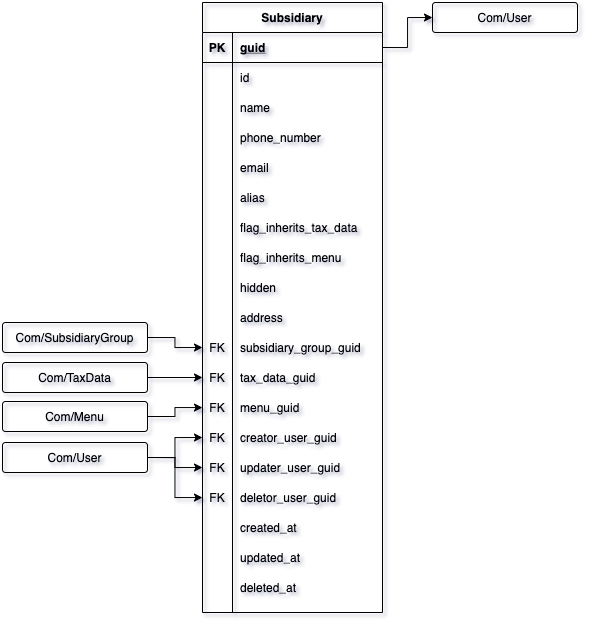
The draw.io diagram basedata/entities/images/ComSubsidiaryTable.png in 4uRest/documentation, before a commit. Source tidied: cells renumbered, new cells last; positions are measured from the earlier drawing's top-left corner, leaving out a move shared by most shapes. The source it was exported from:
```xml
<mxGraphModel>
  <root>
    <mxCell id="0" />
    <mxCell id="1" parent="0" />
    <mxCell id="2" value="Subsidiary" style="shape=table;startSize=30;rowLines=0;fontStyle=1;align=center;fillColor=none;" parent="1" vertex="1">
      <mxGeometry x="200" width="180" height="610" as="geometry" />
    </mxCell>
    <mxCell id="3" style="shape=partialRectangle;fillColor=none;top=0;left=0;bottom=1;right=0;points=[[0,0.5],[1,0.5]];portConstraint=eastwest;" parent="2" vertex="1">
      <mxGeometry y="30" width="180" height="30" as="geometry" />
    </mxCell>
    <mxCell id="4" value="PK" style="shape=partialRectangle;fillColor=none;top=0;left=0;bottom=0;right=0;fontStyle=1;overflow=hidden;" parent="3" vertex="1">
      <mxGeometry width="30" height="30" as="geometry" />
    </mxCell>
    <mxCell id="5" value="guid" style="shape=partialRectangle;fillColor=none;top=0;left=0;bottom=0;right=0;align=left;spacingLeft=6;fontStyle=5;overflow=hidden;" parent="3" vertex="1">
      <mxGeometry x="30" width="150" height="30" as="geometry" />
    </mxCell>
    <mxCell id="6" style="shape=partialRectangle;fillColor=none;top=0;left=0;bottom=0;right=0;" parent="2" vertex="1">
      <mxGeometry y="60" width="180" height="30" as="geometry" />
    </mxCell>
    <mxCell id="7" style="shape=partialRectangle;fillColor=none;top=0;left=0;bottom=0;right=0;overflow=hidden;" parent="6" vertex="1">
      <mxGeometry width="30" height="30" as="geometry" />
    </mxCell>
    <mxCell id="8" value="id" style="shape=partialRectangle;fillColor=none;top=0;left=0;bottom=0;right=0;align=left;spacingLeft=6;overflow=hidden;" parent="6" vertex="1">
      <mxGeometry x="30" width="150" height="30" as="geometry" />
    </mxCell>
    <mxCell id="9" style="shape=partialRectangle;fillColor=none;top=0;left=0;bottom=0;right=0;" parent="2" vertex="1">
      <mxGeometry y="90" width="180" height="30" as="geometry" />
    </mxCell>
    <mxCell id="10" style="shape=partialRectangle;fillColor=none;top=0;left=0;bottom=0;right=0;overflow=hidden;" parent="9" vertex="1">
      <mxGeometry width="30" height="30" as="geometry" />
    </mxCell>
    <mxCell id="11" value="name" style="shape=partialRectangle;fillColor=none;top=0;left=0;bottom=0;right=0;align=left;spacingLeft=6;overflow=hidden;" parent="9" vertex="1">
      <mxGeometry x="30" width="150" height="30" as="geometry" />
    </mxCell>
    <mxCell id="12" style="shape=partialRectangle;fillColor=none;top=0;left=0;bottom=0;right=0;" parent="2" vertex="1">
      <mxGeometry y="120" width="180" height="30" as="geometry" />
    </mxCell>
    <mxCell id="13" style="shape=partialRectangle;fillColor=none;top=0;left=0;bottom=0;right=0;overflow=hidden;" parent="12" vertex="1">
      <mxGeometry width="30" height="30" as="geometry" />
    </mxCell>
    <mxCell id="14" value="phone_number" style="shape=partialRectangle;fillColor=none;top=0;left=0;bottom=0;right=0;align=left;spacingLeft=6;overflow=hidden;" parent="12" vertex="1">
      <mxGeometry x="30" width="150" height="30" as="geometry" />
    </mxCell>
    <mxCell id="15" style="shape=partialRectangle;fillColor=none;top=0;left=0;bottom=0;right=0;" parent="2" vertex="1">
      <mxGeometry y="150" width="180" height="30" as="geometry" />
    </mxCell>
    <mxCell id="16" style="shape=partialRectangle;fillColor=none;top=0;left=0;bottom=0;right=0;overflow=hidden;" parent="15" vertex="1">
      <mxGeometry width="30" height="30" as="geometry" />
    </mxCell>
    <mxCell id="17" value="email" style="shape=partialRectangle;fillColor=none;top=0;left=0;bottom=0;right=0;align=left;spacingLeft=6;overflow=hidden;" parent="15" vertex="1">
      <mxGeometry x="30" width="150" height="30" as="geometry" />
    </mxCell>
    <mxCell id="18" style="shape=partialRectangle;fillColor=none;top=0;left=0;bottom=0;right=0;" parent="2" vertex="1">
      <mxGeometry y="180" width="180" height="30" as="geometry" />
    </mxCell>
    <mxCell id="19" style="shape=partialRectangle;fillColor=none;top=0;left=0;bottom=0;right=0;overflow=hidden;" parent="18" vertex="1">
      <mxGeometry width="30" height="30" as="geometry" />
    </mxCell>
    <mxCell id="20" value="alias" style="shape=partialRectangle;fillColor=none;top=0;left=0;bottom=0;right=0;align=left;spacingLeft=6;overflow=hidden;" parent="18" vertex="1">
      <mxGeometry x="30" width="150" height="30" as="geometry" />
    </mxCell>
    <mxCell id="21" style="shape=partialRectangle;fillColor=none;top=0;left=0;bottom=0;right=0;" parent="2" vertex="1">
      <mxGeometry y="210" width="180" height="30" as="geometry" />
    </mxCell>
    <mxCell id="22" style="shape=partialRectangle;fillColor=none;top=0;left=0;bottom=0;right=0;overflow=hidden;" parent="21" vertex="1">
      <mxGeometry width="30" height="30" as="geometry" />
    </mxCell>
    <mxCell id="23" value="flag_inherits_tax_data" style="shape=partialRectangle;fillColor=none;top=0;left=0;bottom=0;right=0;align=left;spacingLeft=6;overflow=hidden;" parent="21" vertex="1">
      <mxGeometry x="30" width="150" height="30" as="geometry" />
    </mxCell>
    <mxCell id="24" style="shape=partialRectangle;fillColor=none;top=0;left=0;bottom=0;right=0;" parent="2" vertex="1">
      <mxGeometry y="240" width="180" height="30" as="geometry" />
    </mxCell>
    <mxCell id="25" style="shape=partialRectangle;fillColor=none;top=0;left=0;bottom=0;right=0;overflow=hidden;" parent="24" vertex="1">
      <mxGeometry width="30" height="30" as="geometry" />
    </mxCell>
    <mxCell id="26" value="flag_inherits_menu" style="shape=partialRectangle;fillColor=none;top=0;left=0;bottom=0;right=0;align=left;spacingLeft=6;overflow=hidden;" parent="24" vertex="1">
      <mxGeometry x="30" width="150" height="30" as="geometry" />
    </mxCell>
    <mxCell id="27" style="shape=partialRectangle;fillColor=none;top=0;left=0;bottom=0;right=0;" parent="2" vertex="1">
      <mxGeometry y="270" width="180" height="30" as="geometry" />
    </mxCell>
    <mxCell id="28" style="shape=partialRectangle;fillColor=none;top=0;left=0;bottom=0;right=0;overflow=hidden;" parent="27" vertex="1">
      <mxGeometry width="30" height="30" as="geometry" />
    </mxCell>
    <mxCell id="29" value="hidden" style="shape=partialRectangle;fillColor=none;top=0;left=0;bottom=0;right=0;align=left;spacingLeft=6;overflow=hidden;" parent="27" vertex="1">
      <mxGeometry x="30" width="150" height="30" as="geometry" />
    </mxCell>
    <mxCell id="30" style="shape=partialRectangle;fillColor=none;top=0;left=0;bottom=0;right=0;" parent="2" vertex="1">
      <mxGeometry y="300" width="180" height="30" as="geometry" />
    </mxCell>
    <mxCell id="31" style="shape=partialRectangle;fillColor=none;top=0;left=0;bottom=0;right=0;overflow=hidden;" parent="30" vertex="1">
      <mxGeometry width="30" height="30" as="geometry" />
    </mxCell>
    <mxCell id="32" value="address" style="shape=partialRectangle;fillColor=none;top=0;left=0;bottom=0;right=0;align=left;spacingLeft=6;overflow=hidden;" parent="30" vertex="1">
      <mxGeometry x="30" width="150" height="30" as="geometry" />
    </mxCell>
    <mxCell id="33" style="shape=partialRectangle;top=0;left=0;bottom=0;right=0;points=[[0,0.5],[1,0.5]];portConstraint=eastwest;fillColor=none;" parent="2" vertex="1">
      <mxGeometry y="330" width="180" height="30" as="geometry" />
    </mxCell>
    <mxCell id="34" value="FK" style="shape=partialRectangle;fillColor=none;top=0;left=0;bottom=0;right=0;overflow=hidden;" parent="33" vertex="1">
      <mxGeometry width="30" height="30" as="geometry" />
    </mxCell>
    <mxCell id="35" value="subsidiary_group_guid" style="shape=partialRectangle;fillColor=none;top=0;left=0;bottom=0;right=0;align=left;spacingLeft=6;overflow=hidden;" parent="33" vertex="1">
      <mxGeometry x="30" width="150" height="30" as="geometry" />
    </mxCell>
    <mxCell id="36" style="shape=partialRectangle;top=0;left=0;bottom=0;right=0;points=[[0,0.5],[1,0.5]];portConstraint=eastwest;fillColor=none;" parent="2" vertex="1">
      <mxGeometry y="360" width="180" height="30" as="geometry" />
    </mxCell>
    <mxCell id="37" value="FK" style="shape=partialRectangle;fillColor=none;top=0;left=0;bottom=0;right=0;overflow=hidden;" parent="36" vertex="1">
      <mxGeometry width="30" height="30" as="geometry" />
    </mxCell>
    <mxCell id="38" value="tax_data_guid" style="shape=partialRectangle;fillColor=none;top=0;left=0;bottom=0;right=0;align=left;spacingLeft=6;overflow=hidden;" parent="36" vertex="1">
      <mxGeometry x="30" width="150" height="30" as="geometry" />
    </mxCell>
    <mxCell id="39" style="shape=partialRectangle;top=0;left=0;bottom=0;right=0;points=[[0,0.5],[1,0.5]];portConstraint=eastwest;fillColor=none;" parent="2" vertex="1">
      <mxGeometry y="390" width="180" height="30" as="geometry" />
    </mxCell>
    <mxCell id="40" value="FK" style="shape=partialRectangle;fillColor=none;top=0;left=0;bottom=0;right=0;overflow=hidden;" parent="39" vertex="1">
      <mxGeometry width="30" height="30" as="geometry" />
    </mxCell>
    <mxCell id="41" value="menu_guid" style="shape=partialRectangle;fillColor=none;top=0;left=0;bottom=0;right=0;align=left;spacingLeft=6;overflow=hidden;" parent="39" vertex="1">
      <mxGeometry x="30" width="150" height="30" as="geometry" />
    </mxCell>
    <mxCell id="42" style="shape=partialRectangle;top=0;left=0;bottom=0;right=0;points=[[0,0.5],[1,0.5]];portConstraint=eastwest;fillColor=none;" parent="2" vertex="1">
      <mxGeometry y="420" width="180" height="30" as="geometry" />
    </mxCell>
    <mxCell id="43" value="FK" style="shape=partialRectangle;fillColor=none;top=0;left=0;bottom=0;right=0;overflow=hidden;" parent="42" vertex="1">
      <mxGeometry width="30" height="30" as="geometry" />
    </mxCell>
    <mxCell id="44" value="creator_user_guid" style="shape=partialRectangle;fillColor=none;top=0;left=0;bottom=0;right=0;align=left;spacingLeft=6;overflow=hidden;" parent="42" vertex="1">
      <mxGeometry x="30" width="150" height="30" as="geometry" />
    </mxCell>
    <mxCell id="45" style="shape=partialRectangle;top=0;left=0;bottom=0;right=0;points=[[0,0.5],[1,0.5]];portConstraint=eastwest;fillColor=none;" parent="2" vertex="1">
      <mxGeometry y="450" width="180" height="30" as="geometry" />
    </mxCell>
    <mxCell id="46" value="FK" style="shape=partialRectangle;fillColor=none;top=0;left=0;bottom=0;right=0;overflow=hidden;" parent="45" vertex="1">
      <mxGeometry width="30" height="30" as="geometry" />
    </mxCell>
    <mxCell id="47" value="updater_user_guid" style="shape=partialRectangle;fillColor=none;top=0;left=0;bottom=0;right=0;align=left;spacingLeft=6;overflow=hidden;" parent="45" vertex="1">
      <mxGeometry x="30" width="150" height="30" as="geometry" />
    </mxCell>
    <mxCell id="48" style="shape=partialRectangle;top=0;left=0;bottom=0;right=0;points=[[0,0.5],[1,0.5]];portConstraint=eastwest;fillColor=none;" parent="2" vertex="1">
      <mxGeometry y="480" width="180" height="30" as="geometry" />
    </mxCell>
    <mxCell id="49" value="FK" style="shape=partialRectangle;fillColor=none;top=0;left=0;bottom=0;right=0;overflow=hidden;" parent="48" vertex="1">
      <mxGeometry width="30" height="30" as="geometry" />
    </mxCell>
    <mxCell id="50" value="deletor_user_guid" style="shape=partialRectangle;fillColor=none;top=0;left=0;bottom=0;right=0;align=left;spacingLeft=6;overflow=hidden;" parent="48" vertex="1">
      <mxGeometry x="30" width="150" height="30" as="geometry" />
    </mxCell>
    <mxCell id="51" style="shape=partialRectangle;fillColor=none;top=0;left=0;bottom=0;right=0;" parent="2" vertex="1">
      <mxGeometry y="510" width="180" height="30" as="geometry" />
    </mxCell>
    <mxCell id="52" style="shape=partialRectangle;fillColor=none;top=0;left=0;bottom=0;right=0;overflow=hidden;" parent="51" vertex="1">
      <mxGeometry width="30" height="30" as="geometry" />
    </mxCell>
    <mxCell id="53" value="created_at" style="shape=partialRectangle;fillColor=none;top=0;left=0;bottom=0;right=0;align=left;spacingLeft=6;overflow=hidden;" parent="51" vertex="1">
      <mxGeometry x="30" width="150" height="30" as="geometry" />
    </mxCell>
    <mxCell id="54" style="shape=partialRectangle;fillColor=none;top=0;left=0;bottom=0;right=0;" parent="2" vertex="1">
      <mxGeometry y="540" width="180" height="30" as="geometry" />
    </mxCell>
    <mxCell id="55" style="shape=partialRectangle;fillColor=none;top=0;left=0;bottom=0;right=0;overflow=hidden;" parent="54" vertex="1">
      <mxGeometry width="30" height="30" as="geometry" />
    </mxCell>
    <mxCell id="56" value="updated_at" style="shape=partialRectangle;fillColor=none;top=0;left=0;bottom=0;right=0;align=left;spacingLeft=6;overflow=hidden;" parent="54" vertex="1">
      <mxGeometry x="30" width="150" height="30" as="geometry" />
    </mxCell>
    <mxCell id="57" style="shape=partialRectangle;fillColor=none;top=0;left=0;bottom=0;right=0;" parent="2" vertex="1">
      <mxGeometry y="570" width="180" height="30" as="geometry" />
    </mxCell>
    <mxCell id="58" style="shape=partialRectangle;fillColor=none;top=0;left=0;bottom=0;right=0;overflow=hidden;" parent="57" vertex="1">
      <mxGeometry width="30" height="30" as="geometry" />
    </mxCell>
    <mxCell id="59" value="deleted_at" style="shape=partialRectangle;fillColor=none;top=0;left=0;bottom=0;right=0;align=left;spacingLeft=6;overflow=hidden;" parent="57" vertex="1">
      <mxGeometry x="30" width="150" height="30" as="geometry" />
    </mxCell>
    <mxCell id="60" style="edgeStyle=orthogonalEdgeStyle;rounded=0;jettySize=auto;html=1;exitX=1;exitY=0.5;exitDx=0;exitDy=0;entryX=0;entryY=0.5;entryDx=0;entryDy=0;fillColor=none;" parent="1" edge="1" source="63" target="42">
      <mxGeometry relative="1" as="geometry" />
    </mxCell>
    <mxCell id="61" style="edgeStyle=orthogonalEdgeStyle;rounded=0;jettySize=auto;html=1;exitX=1;exitY=0.5;exitDx=0;exitDy=0;entryX=0;entryY=0.5;entryDx=0;entryDy=0;fillColor=none;" parent="1" edge="1" source="63" target="45">
      <mxGeometry relative="1" as="geometry" />
    </mxCell>
    <mxCell id="62" style="edgeStyle=orthogonalEdgeStyle;rounded=0;jettySize=auto;html=1;exitX=1;exitY=0.5;exitDx=0;exitDy=0;fillColor=none;" parent="1" edge="1" source="63" target="48">
      <mxGeometry relative="1" as="geometry" />
    </mxCell>
    <mxCell id="63" value="Com/User" style="rounded=1;arcSize=10;whiteSpace=wrap;html=1;align=center;fillColor=none;" parent="1" vertex="1">
      <mxGeometry y="440" width="145" height="30" as="geometry" />
    </mxCell>
    <mxCell id="64" style="edgeStyle=orthogonalEdgeStyle;rounded=0;jettySize=auto;html=1;exitX=1;exitY=0.5;exitDx=0;exitDy=0;fillColor=none;" parent="1" edge="1" source="65" target="39">
      <mxGeometry relative="1" as="geometry" />
    </mxCell>
    <mxCell id="65" value="Com/Menu" style="rounded=1;arcSize=10;whiteSpace=wrap;html=1;align=center;fillColor=none;" parent="1" vertex="1">
      <mxGeometry y="399" width="145" height="30" as="geometry" />
    </mxCell>
    <mxCell id="66" style="edgeStyle=orthogonalEdgeStyle;rounded=0;jettySize=auto;html=1;exitX=1;exitY=0.5;exitDx=0;exitDy=0;fillColor=none;" parent="1" edge="1" source="67" target="36">
      <mxGeometry relative="1" as="geometry" />
    </mxCell>
    <mxCell id="67" value="Com/TaxData" style="rounded=1;arcSize=10;whiteSpace=wrap;html=1;align=center;fillColor=none;" parent="1" vertex="1">
      <mxGeometry y="360" width="145" height="30" as="geometry" />
    </mxCell>
    <mxCell id="68" style="edgeStyle=orthogonalEdgeStyle;rounded=0;jettySize=auto;html=1;exitX=1;exitY=0.5;exitDx=0;exitDy=0;entryX=0;entryY=0.5;entryDx=0;entryDy=0;fillColor=none;" parent="1" edge="1" source="69" target="33">
      <mxGeometry relative="1" as="geometry" />
    </mxCell>
    <mxCell id="69" value="Com/SubsidiaryGroup" style="rounded=1;arcSize=10;whiteSpace=wrap;html=1;align=center;fillColor=none;" parent="1" vertex="1">
      <mxGeometry y="320" width="145" height="30" as="geometry" />
    </mxCell>
    <mxCell id="70" value="Com/User" style="rounded=1;arcSize=10;whiteSpace=wrap;html=1;align=center;fillColor=none;" parent="1" vertex="1">
      <mxGeometry x="430" width="145" height="30" as="geometry" />
    </mxCell>
    <mxCell id="71" style="edgeStyle=orthogonalEdgeStyle;rounded=0;jettySize=auto;html=1;exitX=1;exitY=0.5;exitDx=0;exitDy=0;entryX=0;entryY=0.5;entryDx=0;entryDy=0;fillColor=none;" parent="1" edge="1" source="3" target="70">
      <mxGeometry relative="1" as="geometry" />
    </mxCell>
  </root>
</mxGraphModel>
```
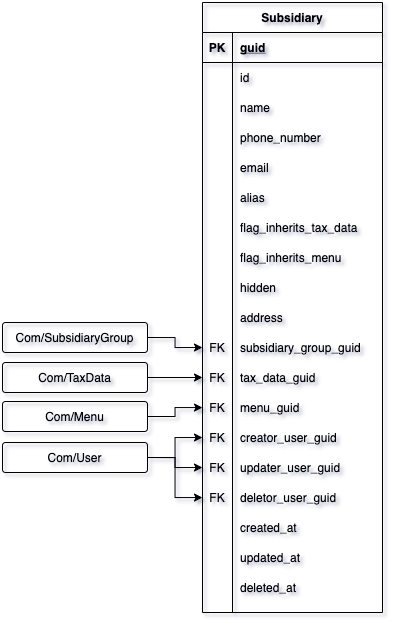
The same diagram one commit later.

What changed in the source:
```diff
@@ -206,11 +206,5 @@
     <mxCell id="69" value="Com/SubsidiaryGroup" style="rounded=1;arcSize=10;whiteSpace=wrap;html=1;align=center;fillColor=none;" parent="1" vertex="1">
       <mxGeometry y="320" width="145" height="30" as="geometry" />
     </mxCell>
-    <mxCell id="70" value="Com/User" style="rounded=1;arcSize=10;whiteSpace=wrap;html=1;align=center;fillColor=none;" parent="1" vertex="1">
-      <mxGeometry x="430" width="145" height="30" as="geometry" />
-    </mxCell>
-    <mxCell id="71" style="edgeStyle=orthogonalEdgeStyle;rounded=0;jettySize=auto;html=1;exitX=1;exitY=0.5;exitDx=0;exitDy=0;entryX=0;entryY=0.5;entryDx=0;entryDy=0;fillColor=none;" parent="1" edge="1" source="3" target="70">
-      <mxGeometry relative="1" as="geometry" />
-    </mxCell>
   </root>
 </mxGraphModel>
```
